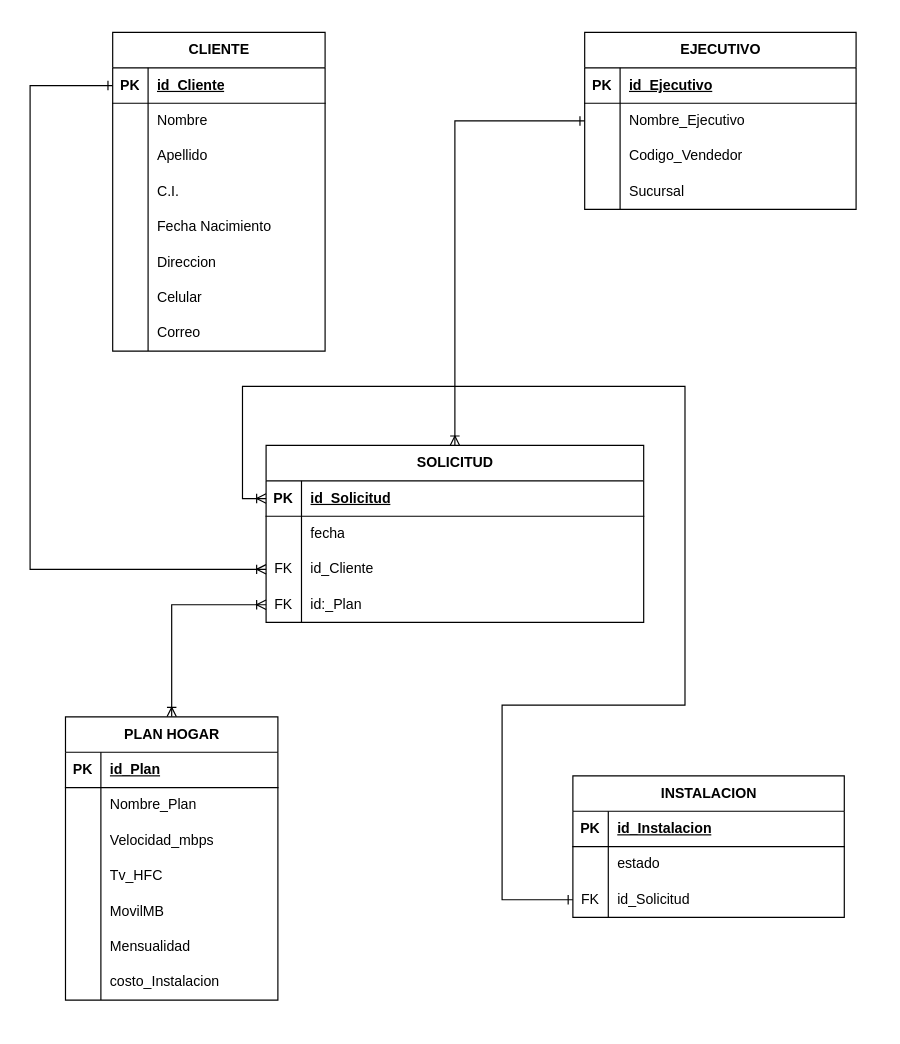
Robert-VT/Proyecto-BaseDeDatos- keeps this draw.io diagram as page "Modelo Relacional" (2 of 2) of Diagrama, Entidad y Relacion.drawio. Above is the earlier version. Source tidied: cells renumbered, new cells numbered last; positions are measured from the earlier drawing's top-left corner, leaving out a move shared by most shapes. Both pictures are drawn from the tidied source at 118%, with x=0, y=0 at pixel (30, 32).
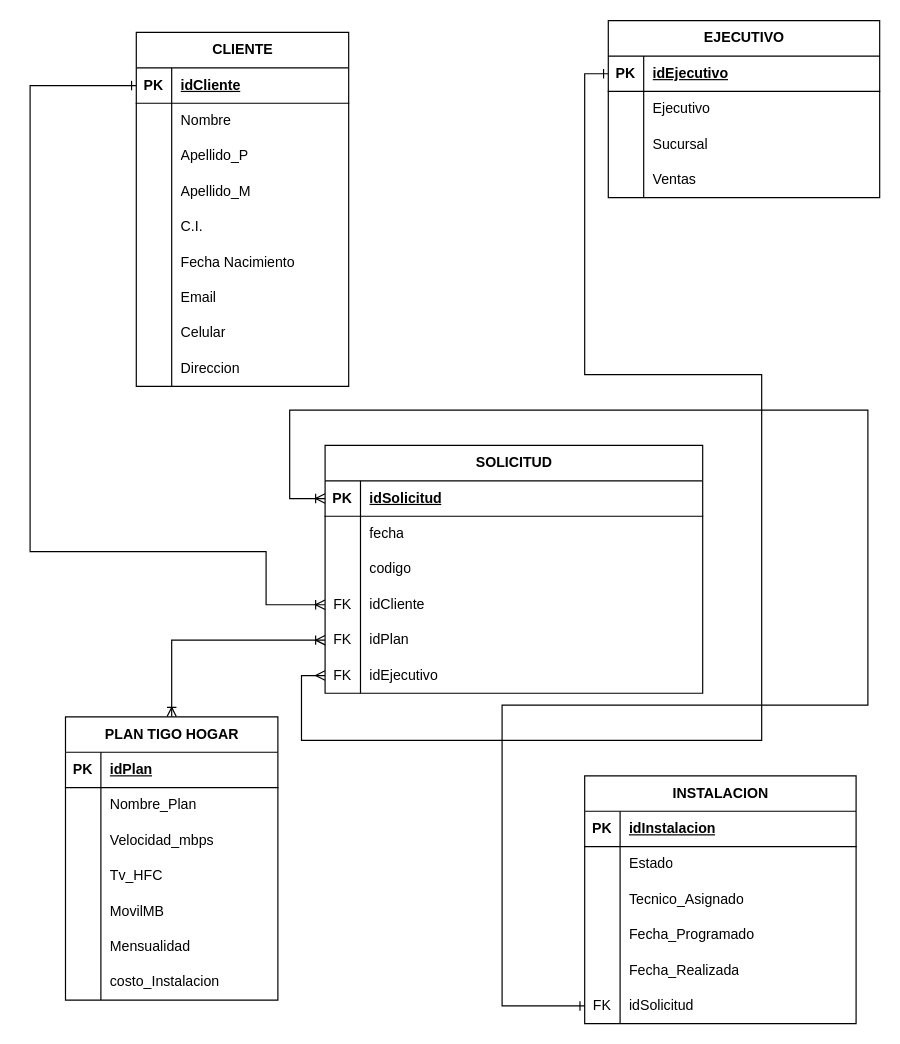
After the change.

The change refers to these unchanged cells:
```xml
<mxCell id="4" style="shape=tableRow;horizontal=0;startSize=0;swimlaneHead=0;swimlaneBody=0;fillColor=none;points=[[0,0.5],[1,0.5]];portConstraint=eastwest;top=0;left=0;right=0;bottom=1;" parent="3" vertex="1">
  <mxGeometry y="30" width="180" height="30" as="geometry" />
</mxCell>
<mxCell id="10" style="shape=tableRow;horizontal=0;startSize=0;swimlaneHead=0;swimlaneBody=0;fillColor=none;top=0;left=0;right=0;bottom=0;" parent="3" vertex="1">
  <mxGeometry y="90" width="180" height="30" as="geometry" />
</mxCell>
<mxCell id="29" style="shape=tableRow;horizontal=0;startSize=0;swimlaneHead=0;swimlaneBody=0;fillColor=none;points=[[0,0.5],[1,0.5]];portConstraint=eastwest;top=0;left=0;right=0;bottom=1;" parent="28" vertex="1">
  <mxGeometry y="30" width="320" height="30" as="geometry" />
</mxCell>
<mxCell id="42" style="shape=tableRow;horizontal=0;startSize=0;swimlaneHead=0;swimlaneBody=0;fillColor=none;points=[[0,0.5],[1,0.5]];portConstraint=eastwest;top=0;left=0;right=0;bottom=1;" parent="41" vertex="1">
  <mxGeometry y="30" width="230" height="30" as="geometry" />
</mxCell>
<mxCell id="45" style="shape=tableRow;horizontal=0;startSize=0;swimlaneHead=0;swimlaneBody=0;fillColor=none;points=[[0,0.5],[1,0.5]];portConstraint=eastwest;top=0;left=0;right=0;bottom=0;" parent="41" vertex="1">
  <mxGeometry y="60" width="230" height="30" as="geometry" />
</mxCell>
<mxCell id="48" style="shape=tableRow;horizontal=0;startSize=0;swimlaneHead=0;swimlaneBody=0;fillColor=none;top=0;left=0;right=0;bottom=0;" parent="41" vertex="1">
  <mxGeometry y="90" width="230" height="30" as="geometry" />
</mxCell>
<mxCell id="51" style="shape=tableRow;horizontal=0;startSize=0;swimlaneHead=0;swimlaneBody=0;fillColor=none;top=0;left=0;right=0;bottom=0;" parent="41" vertex="1">
  <mxGeometry y="120" width="230" height="30" as="geometry" />
</mxCell>
<mxCell id="57" style="shape=tableRow;horizontal=0;startSize=0;swimlaneHead=0;swimlaneBody=0;fillColor=none;top=0;left=0;right=0;bottom=1;" parent="56" vertex="1">
  <mxGeometry y="30" width="180" height="30" as="geometry" />
</mxCell>
<mxCell id="80" style="shape=tableRow;horizontal=0;startSize=0;swimlaneHead=0;swimlaneBody=0;fillColor=none;top=0;left=0;right=0;bottom=1;" parent="79" vertex="1">
  <mxGeometry y="30" width="230" height="30" as="geometry" />
</mxCell>
<mxCell id="83" style="shape=tableRow;horizontal=0;startSize=0;swimlaneHead=0;swimlaneBody=0;fillColor=none;top=0;left=0;right=0;bottom=0;" parent="79" vertex="1">
  <mxGeometry y="60" width="230" height="30" as="geometry" />
</mxCell>
```

What changed in the source:
```diff
@@
     <mxCell id="3" value="CLIENTE" style="shape=table;startSize=30;childLayout=tableLayout;rowLines=0;fontStyle=1;align=center;html=1;" parent="1" vertex="1">
-      <mxGeometry x="70" width="180" height="270" as="geometry" />
+      <mxGeometry x="90" width="180" height="300" as="geometry" />
     </mxCell>
@@
-    <mxCell id="6" value="id_Cliente" style="shape=partialRectangle;fillColor=none;top=0;left=0;bottom=0;right=0;align=left;spacingLeft=6;fontStyle=5;overflow=hidden;whiteSpace=wrap;html=1;" parent="4" vertex="1">
+    <mxCell id="6" value="idCliente" style="shape=partialRectangle;fillColor=none;top=0;left=0;bottom=0;right=0;align=left;spacingLeft=6;fontStyle=5;overflow=hidden;whiteSpace=wrap;html=1;" parent="4" vertex="1">
       <mxGeometry x="30" width="150" height="30" as="geometry" />
     </mxCell>
@@
-    <mxCell id="12" value="Apellido" style="shape=partialRectangle;fillColor=none;top=0;left=0;bottom=0;right=0;align=left;spacingLeft=6;overflow=hidden;whiteSpace=wrap;html=1;" parent="10" vertex="1">
+    <mxCell id="12" value="&lt;font style=&quot;font-size: 12px;&quot;&gt;Apellido_P&lt;/font&gt;" style="shape=partialRectangle;fillColor=none;top=0;left=0;bottom=0;right=0;align=left;spacingLeft=6;overflow=hidden;whiteSpace=wrap;html=1;" parent="10" vertex="1">
       <mxGeometry x="30" width="150" height="30" as="geometry" />
     </mxCell>
+    <mxCell id="90" style="shape=tableRow;horizontal=0;startSize=0;swimlaneHead=0;swimlaneBody=0;fillColor=none;top=0;left=0;right=0;bottom=0;" parent="3" vertex="1">
+      <mxGeometry y="120" width="180" height="30" as="geometry" />
+    </mxCell>
+    <mxCell id="91" style="shape=partialRectangle;fillColor=none;top=0;left=0;bottom=0;right=0;overflow=hidden;whiteSpace=wrap;html=1;" parent="90" vertex="1">
+      <mxGeometry width="30" height="30" as="geometry" />
+    </mxCell>
+    <mxCell id="92" value="Apellido_M" style="shape=partialRectangle;fillColor=none;top=0;left=0;bottom=0;right=0;align=left;spacingLeft=6;overflow=hidden;whiteSpace=wrap;html=1;" parent="90" vertex="1">
+      <mxGeometry x="30" width="150" height="30" as="geometry" />
+    </mxCell>
     <mxCell id="13" style="shape=tableRow;horizontal=0;startSize=0;swimlaneHead=0;swimlaneBody=0;fillColor=none;top=0;left=0;right=0;bottom=0;" parent="3" vertex="1">
-      <mxGeometry y="120" width="180" height="30" as="geometry" />
+      <mxGeometry y="150" width="180" height="30" as="geometry" />
     </mxCell>
@@
     <mxCell id="16" style="shape=tableRow;horizontal=0;startSize=0;swimlaneHead=0;swimlaneBody=0;fillColor=none;top=0;left=0;right=0;bottom=0;" parent="3" vertex="1">
-      <mxGeometry y="150" width="180" height="30" as="geometry" />
+      <mxGeometry y="180" width="180" height="30" as="geometry" />
     </mxCell>
@@
     <mxCell id="19" style="shape=tableRow;horizontal=0;startSize=0;swimlaneHead=0;swimlaneBody=0;fillColor=none;top=0;left=0;right=0;bottom=0;" parent="3" vertex="1">
-      <mxGeometry y="180" width="180" height="30" as="geometry" />
+      <mxGeometry y="210" width="180" height="30" as="geometry" />
     </mxCell>
@@
-    <mxCell id="21" value="Direccion" style="shape=partialRectangle;fillColor=none;top=0;left=0;bottom=0;right=0;align=left;spacingLeft=6;overflow=hidden;whiteSpace=wrap;html=1;" parent="19" vertex="1">
+    <mxCell id="21" value="Email" style="shape=partialRectangle;fillColor=none;top=0;left=0;bottom=0;right=0;align=left;spacingLeft=6;overflow=hidden;whiteSpace=wrap;html=1;" parent="19" vertex="1">
       <mxGeometry x="30" width="150" height="30" as="geometry" />
     </mxCell>
     <mxCell id="22" style="shape=tableRow;horizontal=0;startSize=0;swimlaneHead=0;swimlaneBody=0;fillColor=none;top=0;left=0;right=0;bottom=0;" parent="3" vertex="1">
-      <mxGeometry y="210" width="180" height="30" as="geometry" />
+      <mxGeometry y="240" width="180" height="30" as="geometry" />
     </mxCell>
@@
     <mxCell id="25" style="shape=tableRow;horizontal=0;startSize=0;swimlaneHead=0;swimlaneBody=0;fillColor=none;top=0;left=0;right=0;bottom=0;" parent="3" vertex="1">
-      <mxGeometry y="240" width="180" height="30" as="geometry" />
+      <mxGeometry y="270" width="180" height="30" as="geometry" />
     </mxCell>
@@
-    <mxCell id="27" value="Correo" style="shape=partialRectangle;fillColor=none;top=0;left=0;bottom=0;right=0;align=left;spacingLeft=6;overflow=hidden;whiteSpace=wrap;html=1;" parent="25" vertex="1">
+    <mxCell id="27" value="Direccion" style="shape=partialRectangle;fillColor=none;top=0;left=0;bottom=0;right=0;align=left;spacingLeft=6;overflow=hidden;whiteSpace=wrap;html=1;" parent="25" vertex="1">
       <mxGeometry x="30" width="150" height="30" as="geometry" />
     </mxCell>
     <mxCell id="28" value="SOLICITUD" style="shape=table;startSize=30;childLayout=tableLayout;rowLines=0;fontStyle=1;align=center;html=1;" parent="1" vertex="1">
-      <mxGeometry x="200" y="350" width="320" height="150" as="geometry" />
+      <mxGeometry x="250" y="350" width="320" height="210" as="geometry" />
     </mxCell>
@@
-    <mxCell id="31" value="id_Solicitud" style="shape=partialRectangle;fillColor=none;top=0;left=0;bottom=0;right=0;align=left;spacingLeft=6;fontStyle=5;overflow=hidden;whiteSpace=wrap;html=1;" parent="29" vertex="1">
+    <mxCell id="31" value="idSolicitud" style="shape=partialRectangle;fillColor=none;top=0;left=0;bottom=0;right=0;align=left;spacingLeft=6;fontStyle=5;overflow=hidden;whiteSpace=wrap;html=1;" parent="29" vertex="1">
       <mxGeometry x="30" width="290" height="30" as="geometry" />
     </mxCell>
@@
+    <mxCell id="93" style="shape=tableRow;horizontal=0;startSize=0;swimlaneHead=0;swimlaneBody=0;fillColor=none;top=0;left=0;right=0;bottom=0;" parent="28" vertex="1">
+      <mxGeometry y="90" width="320" height="30" as="geometry" />
+    </mxCell>
+    <mxCell id="94" style="shape=partialRectangle;fillColor=none;top=0;left=0;bottom=0;right=0;overflow=hidden;whiteSpace=wrap;html=1;" parent="93" vertex="1">
+      <mxGeometry width="30" height="30" as="geometry" />
+    </mxCell>
+    <mxCell id="95" value="codigo" style="shape=partialRectangle;fillColor=none;top=0;left=0;bottom=0;right=0;align=left;spacingLeft=6;overflow=hidden;whiteSpace=wrap;html=1;" parent="93" vertex="1">
+      <mxGeometry x="30" width="290" height="30" as="geometry" />
+    </mxCell>
     <mxCell id="35" style="shape=tableRow;horizontal=0;startSize=0;swimlaneHead=0;swimlaneBody=0;fillColor=none;points=[[0,0.5],[1,0.5]];portConstraint=eastwest;top=0;left=0;right=0;bottom=0;" parent="28" vertex="1">
-      <mxGeometry y="90" width="320" height="30" as="geometry" />
+      <mxGeometry y="120" width="320" height="30" as="geometry" />
     </mxCell>
@@
-    <mxCell id="37" value="id_Cliente" style="shape=partialRectangle;fillColor=none;top=0;left=0;bottom=0;right=0;align=left;spacingLeft=6;overflow=hidden;whiteSpace=wrap;html=1;" parent="35" vertex="1">
+    <mxCell id="37" value="idCliente" style="shape=partialRectangle;fillColor=none;top=0;left=0;bottom=0;right=0;align=left;spacingLeft=6;overflow=hidden;whiteSpace=wrap;html=1;" parent="35" vertex="1">
       <mxGeometry x="30" width="290" height="30" as="geometry" />
     </mxCell>
     <mxCell id="38" style="shape=tableRow;horizontal=0;startSize=0;swimlaneHead=0;swimlaneBody=0;fillColor=none;points=[[0,0.5],[1,0.5]];portConstraint=eastwest;top=0;left=0;right=0;bottom=0;" parent="28" vertex="1">
-      <mxGeometry y="120" width="320" height="30" as="geometry" />
+      <mxGeometry y="150" width="320" height="30" as="geometry" />
     </mxCell>
@@
-    <mxCell id="40" value="id:_Plan" style="shape=partialRectangle;fillColor=none;top=0;left=0;bottom=0;right=0;align=left;spacingLeft=6;overflow=hidden;whiteSpace=wrap;html=1;" parent="38" vertex="1">
+    <mxCell id="40" value="idPlan" style="shape=partialRectangle;fillColor=none;top=0;left=0;bottom=0;right=0;align=left;spacingLeft=6;overflow=hidden;whiteSpace=wrap;html=1;" parent="38" vertex="1">
       <mxGeometry x="30" width="290" height="30" as="geometry" />
     </mxCell>
+    <mxCell id="96" style="shape=tableRow;horizontal=0;startSize=0;swimlaneHead=0;swimlaneBody=0;fillColor=none;points=[[0,0.5],[1,0.5]];portConstraint=eastwest;top=0;left=0;right=0;bottom=0;" parent="28" vertex="1">
+      <mxGeometry y="180" width="320" height="30" as="geometry" />
+    </mxCell>
+    <mxCell id="97" value="FK" style="shape=partialRectangle;fillColor=none;top=0;left=0;bottom=0;right=0;overflow=hidden;whiteSpace=wrap;html=1;" parent="96" vertex="1">
+      <mxGeometry width="30" height="30" as="geometry" />
+    </mxCell>
+    <mxCell id="98" value="idEjecutivo" style="shape=partialRectangle;fillColor=none;top=0;left=0;bottom=0;right=0;align=left;spacingLeft=6;overflow=hidden;whiteSpace=wrap;html=1;" parent="96" vertex="1">
+      <mxGeometry x="30" width="290" height="30" as="geometry" />
+    </mxCell>
     <mxCell id="41" value="EJECUTIVO" style="shape=table;startSize=30;childLayout=tableLayout;rowLines=0;fontStyle=1;align=center;html=1;" parent="1" vertex="1">
-      <mxGeometry x="470" width="230" height="150" as="geometry" />
+      <mxGeometry x="490" y="-10" width="230" height="150" as="geometry" />
     </mxCell>
@@
-    <mxCell id="44" value="id_Ejecutivo" style="shape=partialRectangle;fillColor=none;top=0;left=0;bottom=0;right=0;align=left;spacingLeft=6;fontStyle=5;overflow=hidden;whiteSpace=wrap;html=1;" parent="42" vertex="1">
+    <mxCell id="44" value="idEjecutivo" style="shape=partialRectangle;fillColor=none;top=0;left=0;bottom=0;right=0;align=left;spacingLeft=6;fontStyle=5;overflow=hidden;whiteSpace=wrap;html=1;" parent="42" vertex="1">
       <mxGeometry x="30" width="200" height="30" as="geometry" />
     </mxCell>
@@
-    <mxCell id="47" value="Nombre_Ejecutivo" style="shape=partialRectangle;fillColor=none;top=0;left=0;bottom=0;right=0;align=left;spacingLeft=6;overflow=hidden;whiteSpace=wrap;html=1;" parent="45" vertex="1">
+    <mxCell id="47" value="Ejecutivo" style="shape=partialRectangle;fillColor=none;top=0;left=0;bottom=0;right=0;align=left;spacingLeft=6;overflow=hidden;whiteSpace=wrap;html=1;" parent="45" vertex="1">
       <mxGeometry x="30" width="200" height="30" as="geometry" />
     </mxCell>
@@
-    <mxCell id="50" value="Codigo_Vendedor" style="shape=partialRectangle;fillColor=none;top=0;left=0;bottom=0;right=0;align=left;spacingLeft=6;overflow=hidden;whiteSpace=wrap;html=1;" parent="48" vertex="1">
+    <mxCell id="50" value="Sucursal" style="shape=partialRectangle;fillColor=none;top=0;left=0;bottom=0;right=0;align=left;spacingLeft=6;overflow=hidden;whiteSpace=wrap;html=1;" parent="48" vertex="1">
       <mxGeometry x="30" width="200" height="30" as="geometry" />
     </mxCell>
@@
-    <mxCell id="53" value="Sucursal" style="shape=partialRectangle;fillColor=none;top=0;left=0;bottom=0;right=0;align=left;spacingLeft=6;overflow=hidden;whiteSpace=wrap;html=1;" parent="51" vertex="1">
+    <mxCell id="53" value="Ventas" style="shape=partialRectangle;fillColor=none;top=0;left=0;bottom=0;right=0;align=left;spacingLeft=6;overflow=hidden;whiteSpace=wrap;html=1;" parent="51" vertex="1">
       <mxGeometry x="30" width="200" height="30" as="geometry" />
     </mxCell>
-    <mxCell id="54" style="edgeStyle=orthogonalEdgeStyle;rounded=0;jettySize=auto;html=1;entryX=0.5;entryY=0;entryDx=0;entryDy=0;endArrow=ERoneToMany;endFill=0;startArrow=ERone;startFill=0;" parent="1" edge="1" source="45" target="28">
-      <mxGeometry relative="1" as="geometry" />
-    </mxCell>
@@
-    <mxCell id="56" value="PLAN HOGAR" style="shape=table;startSize=30;childLayout=tableLayout;rowLines=0;fontStyle=1;align=center;html=1;" parent="1" vertex="1">
+    <mxCell id="56" value="PLAN TIGO HOGAR" style="shape=table;startSize=30;childLayout=tableLayout;rowLines=0;fontStyle=1;align=center;html=1;" parent="1" vertex="1">
       <mxGeometry x="30" y="580" width="180" height="240" as="geometry" />
     </mxCell>
@@
-    <mxCell id="59" value="id_Plan" style="shape=partialRectangle;fillColor=none;top=0;left=0;bottom=0;right=0;align=left;spacingLeft=6;fontStyle=5;overflow=hidden;whiteSpace=wrap;html=1;" parent="57" vertex="1">
+    <mxCell id="59" value="idPlan" style="shape=partialRectangle;fillColor=none;top=0;left=0;bottom=0;right=0;align=left;spacingLeft=6;fontStyle=5;overflow=hidden;whiteSpace=wrap;html=1;" parent="57" vertex="1">
       <mxGeometry x="30" width="150" height="30" as="geometry" />
     </mxCell>
@@
-    <mxCell id="78" style="edgeStyle=orthogonalEdgeStyle;rounded=0;jettySize=auto;html=1;entryX=0;entryY=0.5;entryDx=0;entryDy=0;startArrow=ERoneToMany;startFill=0;endArrow=ERone;endFill=0;" parent="1" edge="1" source="35" target="4">
+    <mxCell id="78" style="edgeStyle=orthogonalEdgeStyle;rounded=0;jettySize=auto;html=1;entryX=0;entryY=0.5;entryDx=0;entryDy=0;startArrow=ERoneToMany;startFill=0;endArrow=ERone;endFill=0;exitX=0;exitY=0.5;exitDx=0;exitDy=0;" parent="1" edge="1" source="35" target="4">
       <mxGeometry relative="1" as="geometry">
         <Array as="points">
-          <mxPoint y="455" />
+          <mxPoint x="200" y="485" />
+          <mxPoint x="200" y="440" />
+          <mxPoint y="440" />
           <mxPoint y="45" />
         </Array>
       </mxGeometry>
     </mxCell>
     <mxCell id="79" value="INSTALACION" style="shape=table;startSize=30;childLayout=tableLayout;rowLines=0;fontStyle=1;align=center;html=1;" parent="1" vertex="1">
-      <mxGeometry x="460" y="630" width="230" height="120" as="geometry" />
+      <mxGeometry x="470" y="630" width="230" height="210" as="geometry" />
     </mxCell>
@@
-    <mxCell id="82" value="id_Instalacion" style="shape=partialRectangle;fillColor=none;top=0;left=0;bottom=0;right=0;align=left;spacingLeft=6;fontStyle=5;overflow=hidden;whiteSpace=wrap;html=1;" parent="80" vertex="1">
+    <mxCell id="82" value="idInstalacion" style="shape=partialRectangle;fillColor=none;top=0;left=0;bottom=0;right=0;align=left;spacingLeft=6;fontStyle=5;overflow=hidden;whiteSpace=wrap;html=1;" parent="80" vertex="1">
       <mxGeometry x="30" width="200" height="30" as="geometry" />
     </mxCell>
@@
-    <mxCell id="85" value="estado" style="shape=partialRectangle;fillColor=none;top=0;left=0;bottom=0;right=0;align=left;spacingLeft=6;overflow=hidden;whiteSpace=wrap;html=1;" parent="83" vertex="1">
+    <mxCell id="85" value="Estado" style="shape=partialRectangle;fillColor=none;top=0;left=0;bottom=0;right=0;align=left;spacingLeft=6;overflow=hidden;whiteSpace=wrap;html=1;" parent="83" vertex="1">
       <mxGeometry x="30" width="200" height="30" as="geometry" />
     </mxCell>
+    <mxCell id="99" style="shape=tableRow;horizontal=0;startSize=0;swimlaneHead=0;swimlaneBody=0;fillColor=none;top=0;left=0;right=0;bottom=0;" parent="79" vertex="1">
+      <mxGeometry y="90" width="230" height="30" as="geometry" />
+    </mxCell>
+    <mxCell id="100" style="shape=partialRectangle;fillColor=none;top=0;left=0;bottom=0;right=0;overflow=hidden;whiteSpace=wrap;html=1;" parent="99" vertex="1">
+      <mxGeometry width="30" height="30" as="geometry" />
+    </mxCell>
+    <mxCell id="101" value="Tecnico_Asignado" style="shape=partialRectangle;fillColor=none;top=0;left=0;bottom=0;right=0;align=left;spacingLeft=6;overflow=hidden;whiteSpace=wrap;html=1;" parent="99" vertex="1">
+      <mxGeometry x="30" width="200" height="30" as="geometry" />
+    </mxCell>
+    <mxCell id="102" style="shape=tableRow;horizontal=0;startSize=0;swimlaneHead=0;swimlaneBody=0;fillColor=none;top=0;left=0;right=0;bottom=0;" parent="79" vertex="1">
+      <mxGeometry y="120" width="230" height="30" as="geometry" />
+    </mxCell>
+    <mxCell id="103" style="shape=partialRectangle;fillColor=none;top=0;left=0;bottom=0;right=0;overflow=hidden;whiteSpace=wrap;html=1;" parent="102" vertex="1">
+      <mxGeometry width="30" height="30" as="geometry" />
+    </mxCell>
+    <mxCell id="104" value="Fecha_Programado" style="shape=partialRectangle;fillColor=none;top=0;left=0;bottom=0;right=0;align=left;spacingLeft=6;overflow=hidden;whiteSpace=wrap;html=1;" parent="102" vertex="1">
+      <mxGeometry x="30" width="200" height="30" as="geometry" />
+    </mxCell>
+    <mxCell id="105" style="shape=tableRow;horizontal=0;startSize=0;swimlaneHead=0;swimlaneBody=0;fillColor=none;top=0;left=0;right=0;bottom=0;" parent="79" vertex="1">
+      <mxGeometry y="150" width="230" height="30" as="geometry" />
+    </mxCell>
+    <mxCell id="106" style="shape=partialRectangle;fillColor=none;top=0;left=0;bottom=0;right=0;overflow=hidden;whiteSpace=wrap;html=1;" parent="105" vertex="1">
+      <mxGeometry width="30" height="30" as="geometry" />
+    </mxCell>
+    <mxCell id="107" value="Fecha_Realizada" style="shape=partialRectangle;fillColor=none;top=0;left=0;bottom=0;right=0;align=left;spacingLeft=6;overflow=hidden;whiteSpace=wrap;html=1;" parent="105" vertex="1">
+      <mxGeometry x="30" width="200" height="30" as="geometry" />
+    </mxCell>
     <mxCell id="86" style="shape=tableRow;horizontal=0;startSize=0;swimlaneHead=0;swimlaneBody=0;fillColor=none;points=[[0,0.5],[1,0.5]];portConstraint=eastwest;top=0;left=0;right=0;bottom=0;" parent="79" vertex="1">
-      <mxGeometry y="90" width="230" height="30" as="geometry" />
+      <mxGeometry y="180" width="230" height="30" as="geometry" />
     </mxCell>
@@
-    <mxCell id="88" value="id_Solicitud" style="shape=partialRectangle;fillColor=none;top=0;left=0;bottom=0;right=0;align=left;spacingLeft=6;overflow=hidden;whiteSpace=wrap;html=1;" parent="86" vertex="1">
+    <mxCell id="88" value="idSolicitud" style="shape=partialRectangle;fillColor=none;top=0;left=0;bottom=0;right=0;align=left;spacingLeft=6;overflow=hidden;whiteSpace=wrap;html=1;" parent="86" vertex="1">
       <mxGeometry x="30" width="200" height="30" as="geometry" />
     </mxCell>
-    <mxCell id="89" style="edgeStyle=orthogonalEdgeStyle;rounded=0;jettySize=auto;html=1;entryX=0;entryY=0.5;entryDx=0;entryDy=0;exitX=0;exitY=0.5;exitDx=0;exitDy=0;endArrow=ERoneToMany;endFill=0;startArrow=ERone;startFill=0;" parent="1" edge="1" source="86">
+    <mxCell id="89" style="edgeStyle=orthogonalEdgeStyle;rounded=0;jettySize=auto;html=1;entryX=0;entryY=0.5;entryDx=0;entryDy=0;exitX=0;exitY=0.5;exitDx=0;exitDy=0;endArrow=ERoneToMany;endFill=0;startArrow=ERone;startFill=0;" parent="1" edge="1" source="86" target="29">
       <mxGeometry relative="1" as="geometry">
-        <mxPoint x="200" y="395" as="targetPoint" />
         <Array as="points">
-          <mxPoint x="400" y="735" />
+          <mxPoint x="400" y="825" />
           <mxPoint x="400" y="570" />
-          <mxPoint x="555" y="570" />
-          <mxPoint x="555" y="300" />
-          <mxPoint x="180" y="300" />
-          <mxPoint x="180" y="395" />
+          <mxPoint x="710" y="570" />
+          <mxPoint x="710" y="320" />
+          <mxPoint x="220" y="320" />
+          <mxPoint x="220" y="395" />
         </Array>
       </mxGeometry>
     </mxCell>
+    <mxCell id="108" style="edgeStyle=orthogonalEdgeStyle;rounded=0;jettySize=auto;html=1;entryX=0;entryY=0.5;entryDx=0;entryDy=0;endArrow=ERone;endFill=0;startArrow=ERmany;startFill=0;" parent="1" edge="1" source="96" target="42">
+      <mxGeometry relative="1" as="geometry">
+        <Array as="points">
+          <mxPoint x="230" y="545" />
+          <mxPoint x="230" y="600" />
+          <mxPoint x="620" y="600" />
+          <mxPoint x="620" y="290" />
+          <mxPoint x="470" y="290" />
+          <mxPoint x="470" y="35" />
+        </Array>
+      </mxGeometry>
+    </mxCell>
```
